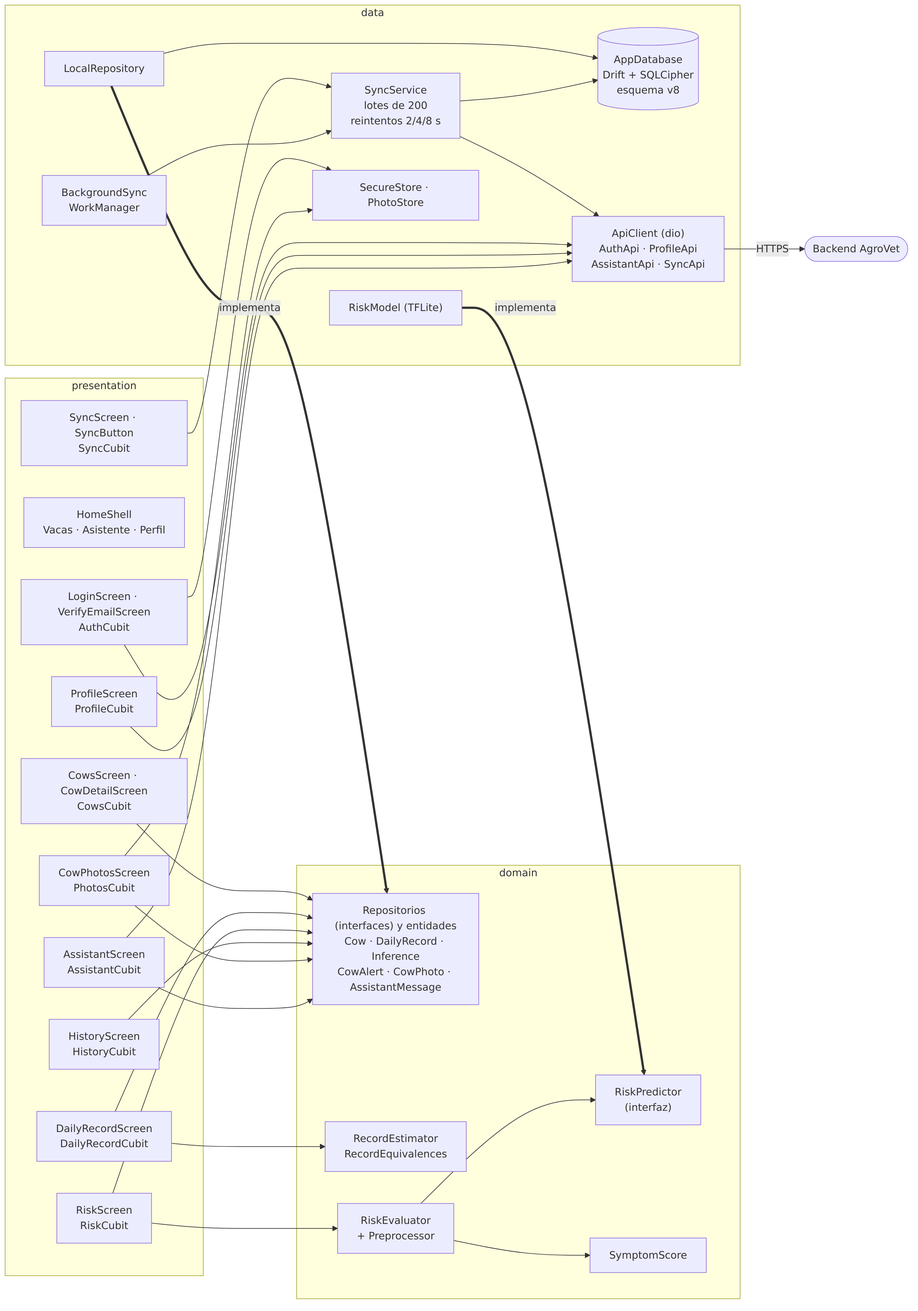
Above: docs/diagrams/03a_componentes_mobile.png in Pipemora1324/Agrovet (Mermaid), before the change. Its source is kept beside it as docs/diagrams/03a_componentes_mobile.mmd.
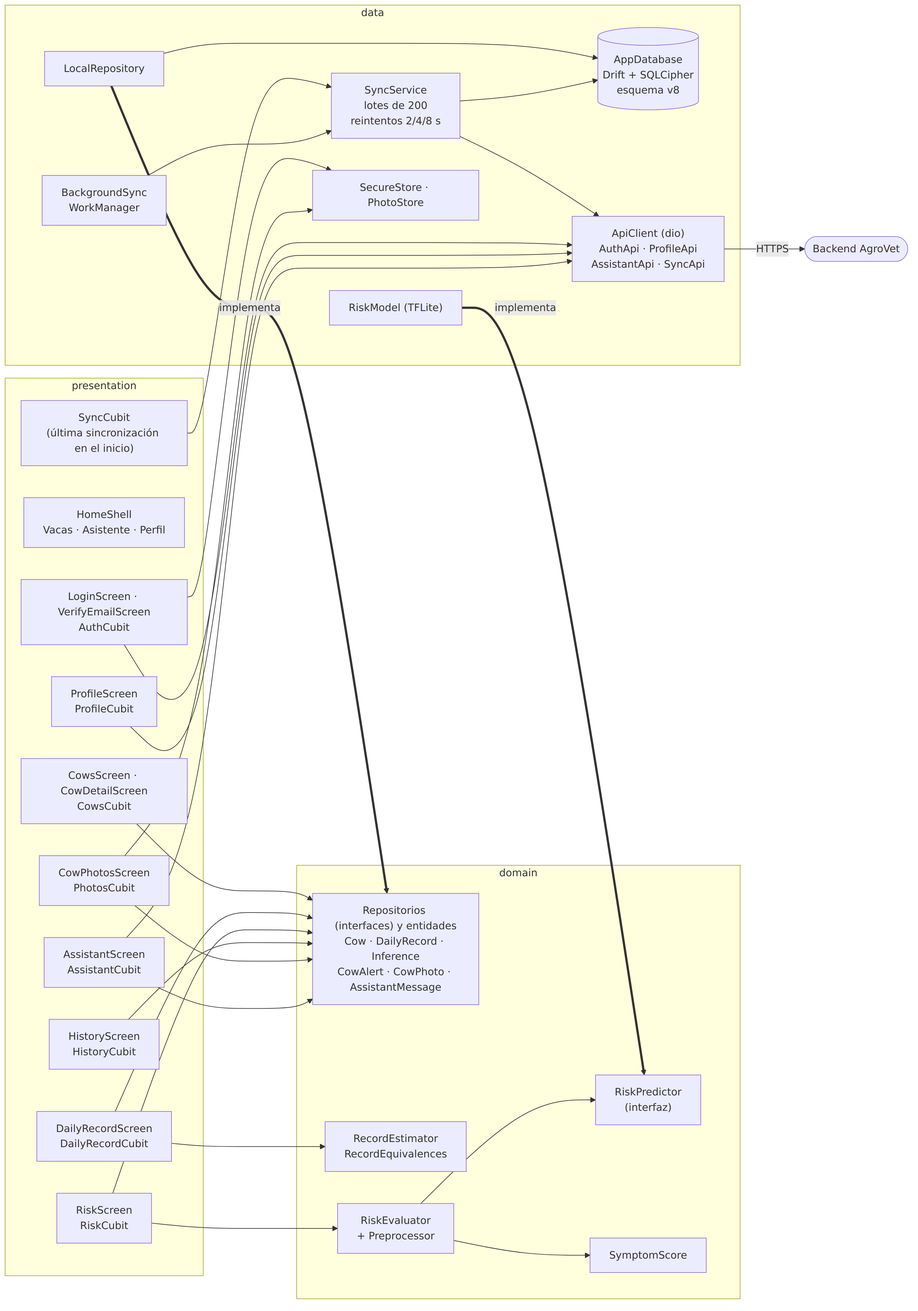
Above is the later version.

The edit, as a diff of the source:
```diff
@@ -10,7 +10,7 @@
     PHO["CowPhotosScreen<br/>PhotosCubit"]
     ASIS["AssistantScreen<br/>AssistantCubit"]
     PROF["ProfileScreen<br/>ProfileCubit"]
-    SYNCUI["SyncScreen · SyncButton<br/>SyncCubit"]
+    SYNCUI["SyncCubit<br/>(última sincronización en el inicio)"]
   end
 
   subgraph D["domain"]
```
